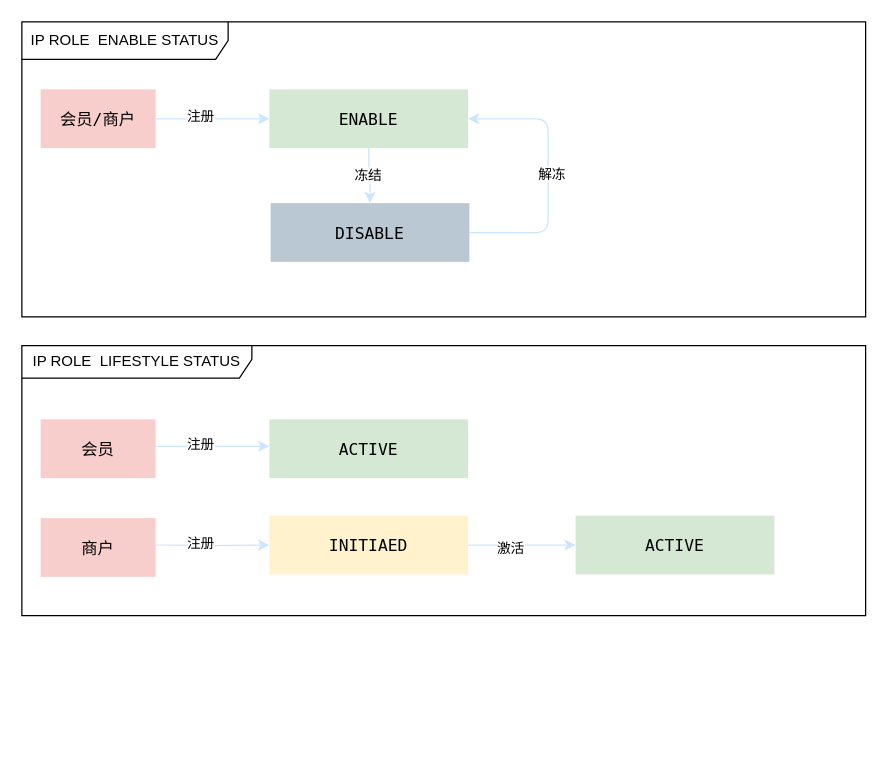
This is page "账号生命周期" (11 of 19) of 会员账户.drawio from renqiuming/drawio, a draw.io file, before an edit. Source tidied: cells renumbered, new cells numbered last; positions are measured from the earlier drawing's top-left corner, leaving out a move shared by most shapes. Both pictures are drawn from the tidied source at 125%, with x=0, y=0 at pixel (21, 21).
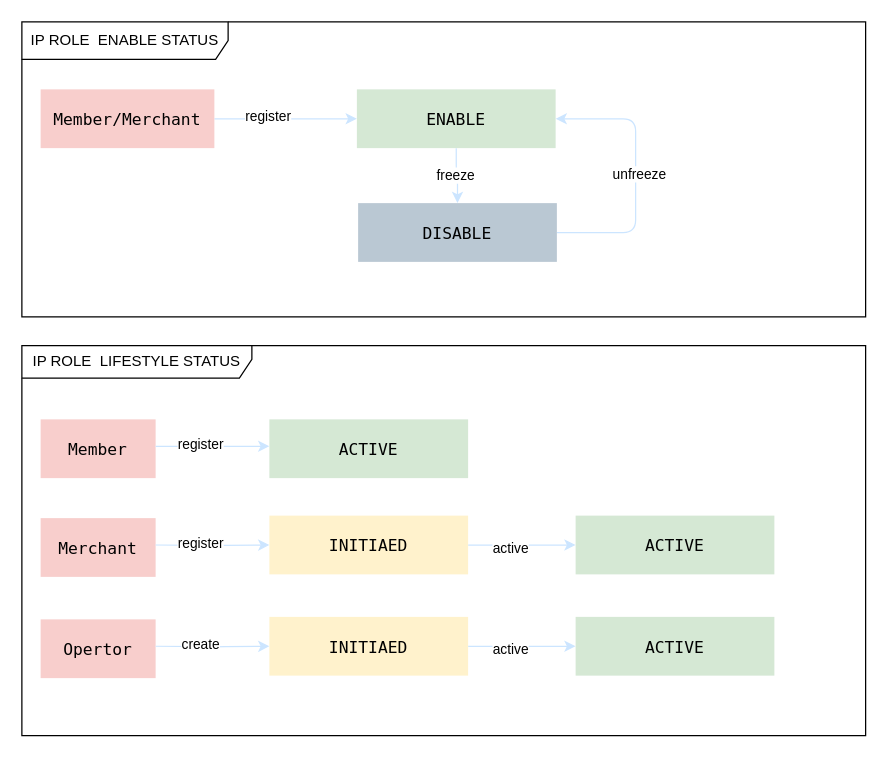
After the change.

The change refers to these unchanged cells:
```xml
<mxCell id="4" style="edgeStyle=orthogonalEdgeStyle;curved=0;rounded=1;sketch=0;jettySize=auto;html=1;entryX=0.5;entryY=0;entryDx=0;entryDy=0;fontColor=#000000;strokeColor=#CCE5FF;" parent="1" edge="1" source="6" target="11">
  <mxGeometry relative="1" as="geometry" />
</mxCell>
<mxCell id="7" style="edgeStyle=orthogonalEdgeStyle;curved=0;rounded=1;sketch=0;jettySize=auto;html=1;fontColor=#000000;strokeColor=#CCE5FF;entryX=0;entryY=0.5;entryDx=0;entryDy=0;exitX=1;exitY=0.5;exitDx=0;exitDy=0;" parent="1" edge="1" source="12" target="6">
  <mxGeometry relative="1" as="geometry" />
</mxCell>
<mxCell id="14" style="edgeStyle=orthogonalEdgeStyle;curved=0;rounded=1;sketch=0;jettySize=auto;html=1;entryX=0;entryY=0.5;entryDx=0;entryDy=0;fontColor=#000000;strokeColor=#CCE5FF;" parent="1" edge="1" source="16" target="19">
  <mxGeometry relative="1" as="geometry" />
</mxCell>
<mxCell id="17" style="edgeStyle=orthogonalEdgeStyle;curved=0;rounded=1;sketch=0;jettySize=auto;html=1;fontColor=#000000;strokeColor=#CCE5FF;entryX=0;entryY=0.5;entryDx=0;entryDy=0;exitX=1;exitY=0.5;exitDx=0;exitDy=0;" parent="1" edge="1" target="16">
  <mxGeometry relative="1" as="geometry">
    <mxPoint x="107" y="418.5" as="sourcePoint" />
  </mxGeometry>
</mxCell>
<mxCell id="21" style="edgeStyle=orthogonalEdgeStyle;curved=0;rounded=1;sketch=0;orthogonalLoop=1;jettySize=auto;html=1;fontColor=#000000;strokeColor=#CCE5FF;entryX=0;entryY=0.5;entryDx=0;entryDy=0;exitX=1;exitY=0.5;exitDx=0;exitDy=0;" parent="1" edge="1">
  <mxGeometry relative="1" as="geometry">
    <mxPoint x="107" y="339.5" as="sourcePoint" />
    <mxPoint x="198" y="339.5" as="targetPoint" />
  </mxGeometry>
</mxCell>
```

Diff of the diagram source:
```diff
@@
     <mxCell id="2" value="IP ROLE&amp;nbsp; LIFESTYLE STATUS" style="shape=umlFrame;whiteSpace=wrap;html=1;width=184;height=26;" parent="1" vertex="1">
-      <mxGeometry y="259" width="675" height="216" as="geometry" />
+      <mxGeometry y="259" width="675" height="312" as="geometry" />
     </mxCell>
@@
-    <mxCell id="5" value="冻结" style="edgeLabel;html=1;align=center;verticalAlign=middle;fontColor=#000000;" parent="4" vertex="1">
+    <mxCell id="5" value="freeze" style="edgeLabel;html=1;align=center;verticalAlign=middle;fontColor=#000000;" parent="4" vertex="1">
       <mxGeometry x="-0.05" y="-1" relative="1" as="geometry" />
     </mxCell>
     <mxCell id="6" value="&lt;pre style=&quot;font-family: &amp;#34;menlo&amp;#34; ; font-size: 9.8pt&quot;&gt;ENABLE&lt;br&gt;&lt;/pre&gt;" style="rounded=0;whiteSpace=wrap;html=1;fillColor=#d5e8d4;strokeColor=none;" parent="1" vertex="1">
-      <mxGeometry x="198" y="54" width="159" height="47" as="geometry" />
+      <mxGeometry x="268" y="54" width="159" height="47" as="geometry" />
     </mxCell>
@@
-    <mxCell id="8" value="注册" style="edgeLabel;html=1;align=center;verticalAlign=middle;fontColor=#000000;" parent="7" vertex="1">
+    <mxCell id="8" value="register" style="edgeLabel;html=1;align=center;verticalAlign=middle;fontColor=#000000;" parent="7" vertex="1">
       <mxGeometry x="-0.42" y="-1" relative="1" as="geometry">
         <mxPoint x="9" y="-3" as="offset" />
       </mxGeometry>
     </mxCell>
     <mxCell id="9" style="edgeStyle=orthogonalEdgeStyle;curved=0;rounded=1;sketch=0;jettySize=auto;html=1;entryX=1;entryY=0.5;entryDx=0;entryDy=0;fontColor=#000000;strokeColor=#CCE5FF;exitX=1;exitY=0.5;exitDx=0;exitDy=0;" parent="1" edge="1" source="11" target="6">
       <mxGeometry relative="1" as="geometry">
         <Array as="points">
-          <mxPoint x="421" y="169" />
-          <mxPoint x="421" y="77" />
+          <mxPoint x="491" y="169" />
+          <mxPoint x="491" y="77" />
         </Array>
       </mxGeometry>
     </mxCell>
-    <mxCell id="10" value="解冻" style="edgeLabel;html=1;align=center;verticalAlign=middle;fontColor=#000000;" parent="9" vertex="1">
+    <mxCell id="10" value="unfreeze" style="edgeLabel;html=1;align=center;verticalAlign=middle;fontColor=#000000;" parent="9" vertex="1">
       <mxGeometry x="0.01" y="-2" relative="1" as="geometry" />
     </mxCell>
     <mxCell id="11" value="&lt;pre style=&quot;font-family: &amp;#34;menlo&amp;#34; ; font-size: 9.8pt&quot;&gt;DISABLE&lt;br&gt;&lt;/pre&gt;" style="rounded=0;whiteSpace=wrap;html=1;fillColor=#bac8d3;strokeColor=none;" parent="1" vertex="1">
-      <mxGeometry x="199" y="145" width="159" height="47" as="geometry" />
+      <mxGeometry x="269" y="145" width="159" height="47" as="geometry" />
     </mxCell>
-    <mxCell id="12" value="&lt;pre style=&quot;font-family: &amp;#34;menlo&amp;#34; ; font-size: 9.8pt&quot;&gt;会员/商户&lt;/pre&gt;" style="rounded=0;whiteSpace=wrap;html=1;fillColor=#f8cecc;strokeColor=none;" parent="1" vertex="1">
-      <mxGeometry x="15" y="54" width="92" height="47" as="geometry" />
+    <mxCell id="12" value="&lt;pre style=&quot;font-family: &amp;quot;menlo&amp;quot; ; font-size: 9.8pt&quot;&gt;Member/Merchant&lt;/pre&gt;" style="rounded=0;whiteSpace=wrap;html=1;fillColor=#f8cecc;strokeColor=none;" parent="1" vertex="1">
+      <mxGeometry x="15" y="54" width="139" height="47" as="geometry" />
     </mxCell>
-    <mxCell id="13" value="&lt;pre style=&quot;font-family: &amp;#34;menlo&amp;#34; ; font-size: 9.8pt&quot;&gt;商户&lt;/pre&gt;" style="rounded=0;whiteSpace=wrap;html=1;fillColor=#f8cecc;strokeColor=none;" parent="1" vertex="1">
+    <mxCell id="13" value="&lt;pre style=&quot;font-family: &amp;quot;menlo&amp;quot; ; font-size: 9.8pt&quot;&gt;&lt;pre style=&quot;font-family: menlo; font-size: 9.8pt;&quot;&gt;Merchant&lt;/pre&gt;&lt;/pre&gt;" style="rounded=0;whiteSpace=wrap;html=1;fillColor=#f8cecc;strokeColor=none;" parent="1" vertex="1">
       <mxGeometry x="15" y="397" width="92" height="47" as="geometry" />
     </mxCell>
@@
-    <mxCell id="15" value="激活" style="edgeLabel;html=1;align=center;verticalAlign=middle;fontColor=#000000;" parent="14" vertex="1">
+    <mxCell id="15" value="active" style="edgeLabel;html=1;align=center;verticalAlign=middle;fontColor=#000000;" parent="14" vertex="1">
       <mxGeometry x="-0.23" y="-1" relative="1" as="geometry">
         <mxPoint y="1" as="offset" />
       </mxGeometry>
     </mxCell>
@@
-    <mxCell id="18" value="注册" style="edgeLabel;html=1;align=center;verticalAlign=middle;fontColor=#000000;" parent="17" vertex="1">
+    <mxCell id="18" value="register" style="edgeLabel;html=1;align=center;verticalAlign=middle;fontColor=#000000;" parent="17" vertex="1">
       <mxGeometry x="-0.42" y="-1" relative="1" as="geometry">
         <mxPoint x="9" y="-3" as="offset" />
       </mxGeometry>
     </mxCell>
@@
-    <mxCell id="20" value="&lt;pre style=&quot;font-family: &amp;#34;menlo&amp;#34; ; font-size: 9.8pt&quot;&gt;会员&lt;/pre&gt;" style="rounded=0;whiteSpace=wrap;html=1;fillColor=#f8cecc;strokeColor=none;" parent="1" vertex="1">
+    <mxCell id="20" value="&lt;pre style=&quot;font-family: &amp;quot;menlo&amp;quot; ; font-size: 9.8pt&quot;&gt;Member&lt;/pre&gt;" style="rounded=0;whiteSpace=wrap;html=1;fillColor=#f8cecc;strokeColor=none;" parent="1" vertex="1">
       <mxGeometry x="15" y="318" width="92" height="47" as="geometry" />
     </mxCell>
@@
-    <mxCell id="22" value="注册" style="edgeLabel;html=1;align=center;verticalAlign=middle;fontColor=#000000;" parent="21" vertex="1">
+    <mxCell id="22" value="register" style="edgeLabel;html=1;align=center;verticalAlign=middle;fontColor=#000000;" parent="21" vertex="1">
       <mxGeometry x="-0.42" y="-1" relative="1" as="geometry">
         <mxPoint x="9" y="-3" as="offset" />
       </mxGeometry>
     </mxCell>
@@
+    <mxCell id="24" value="&lt;pre style=&quot;font-family: &amp;quot;menlo&amp;quot; ; font-size: 9.8pt&quot;&gt;&lt;pre style=&quot;font-family: menlo; font-size: 9.8pt;&quot;&gt;Opertor&lt;/pre&gt;&lt;/pre&gt;" style="rounded=0;whiteSpace=wrap;html=1;fillColor=#f8cecc;strokeColor=none;" parent="1" vertex="1">
+      <mxGeometry x="15" y="478" width="92" height="47" as="geometry" />
+    </mxCell>
+    <mxCell id="25" style="edgeStyle=orthogonalEdgeStyle;curved=0;rounded=1;sketch=0;jettySize=auto;html=1;entryX=0;entryY=0.5;entryDx=0;entryDy=0;fontColor=#000000;strokeColor=#CCE5FF;" parent="1" edge="1" source="27" target="30">
+      <mxGeometry relative="1" as="geometry" />
+    </mxCell>
+    <mxCell id="26" value="active" style="edgeLabel;html=1;align=center;verticalAlign=middle;fontColor=#000000;" parent="25" vertex="1">
+      <mxGeometry x="-0.23" y="-1" relative="1" as="geometry">
+        <mxPoint y="1" as="offset" />
+      </mxGeometry>
+    </mxCell>
+    <mxCell id="27" value="&lt;pre style=&quot;font-family: &amp;quot;menlo&amp;quot; ; font-size: 9.8pt&quot;&gt;&lt;pre style=&quot;font-family: menlo; font-size: 9.8pt;&quot;&gt;INITIAED&lt;/pre&gt;&lt;/pre&gt;" style="rounded=0;whiteSpace=wrap;html=1;fillColor=#fff2cc;strokeColor=none;" parent="1" vertex="1">
+      <mxGeometry x="198" y="476" width="159" height="47" as="geometry" />
+    </mxCell>
+    <mxCell id="28" style="edgeStyle=orthogonalEdgeStyle;curved=0;rounded=1;sketch=0;jettySize=auto;html=1;fontColor=#000000;strokeColor=#CCE5FF;entryX=0;entryY=0.5;entryDx=0;entryDy=0;exitX=1;exitY=0.5;exitDx=0;exitDy=0;" parent="1" edge="1" target="27">
+      <mxGeometry relative="1" as="geometry">
+        <mxPoint x="107" y="499.5" as="sourcePoint" />
+      </mxGeometry>
+    </mxCell>
+    <mxCell id="29" value="create" style="edgeLabel;html=1;align=center;verticalAlign=middle;fontColor=#000000;" parent="28" vertex="1">
+      <mxGeometry x="-0.42" y="-1" relative="1" as="geometry">
+        <mxPoint x="9" y="-3" as="offset" />
+      </mxGeometry>
+    </mxCell>
+    <mxCell id="30" value="&lt;pre style=&quot;font-family: &amp;#34;menlo&amp;#34; ; font-size: 9.8pt&quot;&gt;ACTIVE&lt;br&gt;&lt;/pre&gt;" style="rounded=0;whiteSpace=wrap;html=1;fillColor=#d5e8d4;strokeColor=none;" parent="1" vertex="1">
+      <mxGeometry x="443" y="476" width="159" height="47" as="geometry" />
+    </mxCell>
```
